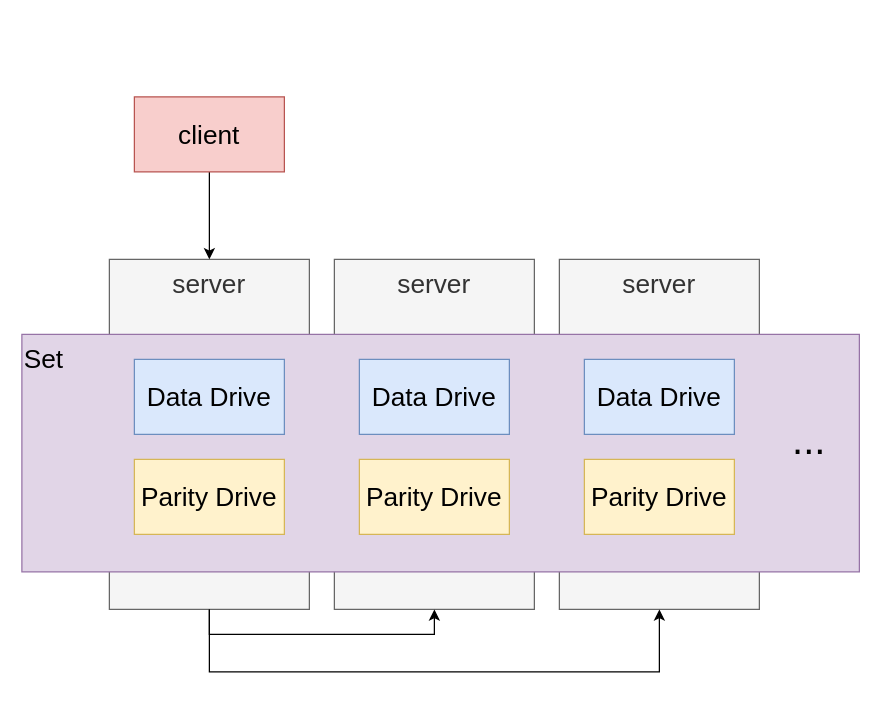
NeXT726/drawIO keeps this draw.io diagram as Minio.drawio. Above is the earlier version. Source tidied: cells renumbered, new cells numbered last; positions are measured from the earlier drawing's top-left corner, leaving out a move shared by most shapes. Both pictures are drawn from the tidied source at 125%, with x=0, y=0 at pixel (21, 96).
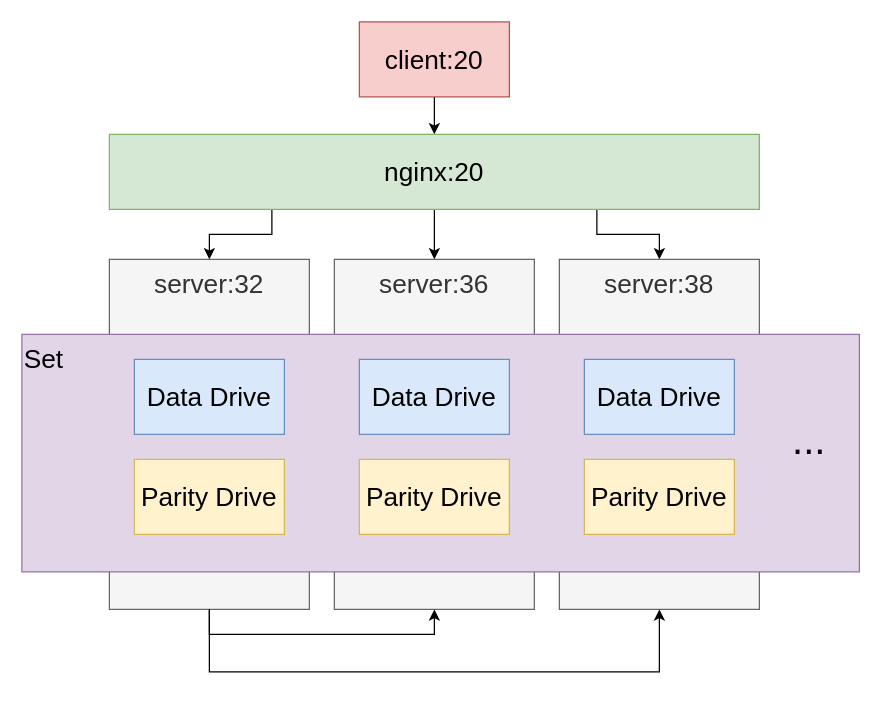
Above is the later version.

The edit, as a diff of the source:
```diff
@@
-    <mxCell id="2" value="server" style="rounded=0;whiteSpace=wrap;html=1;align=center;verticalAlign=top;fontSize=21;fillColor=#f5f5f5;fontColor=#333333;strokeColor=#666666;" parent="1" vertex="1">
+    <mxCell id="2" value="server:32" style="rounded=0;whiteSpace=wrap;html=1;align=center;verticalAlign=top;fontSize=21;fillColor=#f5f5f5;fontColor=#333333;strokeColor=#666666;" parent="1" vertex="1">
       <mxGeometry x="70" y="130" width="160" height="280" as="geometry" />
     </mxCell>
-    <mxCell id="3" value="server" style="rounded=0;whiteSpace=wrap;html=1;align=center;verticalAlign=top;fontSize=21;fillColor=#f5f5f5;fontColor=#333333;strokeColor=#666666;" parent="1" vertex="1">
+    <mxCell id="3" value="server:36" style="rounded=0;whiteSpace=wrap;html=1;align=center;verticalAlign=top;fontSize=21;fillColor=#f5f5f5;fontColor=#333333;strokeColor=#666666;" parent="1" vertex="1">
       <mxGeometry x="250" y="130" width="160" height="280" as="geometry" />
     </mxCell>
-    <mxCell id="4" value="server" style="rounded=0;whiteSpace=wrap;html=1;align=center;verticalAlign=top;fontSize=21;fillColor=#f5f5f5;fontColor=#333333;strokeColor=#666666;" parent="1" vertex="1">
+    <mxCell id="4" value="server:38" style="rounded=0;whiteSpace=wrap;html=1;align=center;verticalAlign=top;fontSize=21;fillColor=#f5f5f5;fontColor=#333333;strokeColor=#666666;" parent="1" vertex="1">
       <mxGeometry x="430" y="130" width="160" height="280" as="geometry" />
     </mxCell>
@@
-    <mxCell id="15" style="edgeStyle=orthogonalEdgeStyle;rounded=0;jettySize=auto;html=1;exitX=0.5;exitY=1;exitDx=0;exitDy=0;entryX=0.5;entryY=0;entryDx=0;entryDy=0;fontSize=21;" parent="1" edge="1" source="16" target="2">
+    <mxCell id="15" style="edgeStyle=orthogonalEdgeStyle;rounded=0;jettySize=auto;html=1;exitX=0.5;exitY=1;exitDx=0;exitDy=0;entryX=0.5;entryY=0;entryDx=0;entryDy=0;fontSize=21;" parent="1" edge="1" source="16" target="20">
       <mxGeometry relative="1" as="geometry" />
     </mxCell>
-    <mxCell id="16" value="&lt;font style=&quot;font-size: 21px;&quot;&gt;client&lt;/font&gt;" style="rounded=0;whiteSpace=wrap;html=1;fontSize=21;verticalAlign=middle;fillColor=#f8cecc;strokeColor=#b85450;" parent="1" vertex="1">
-      <mxGeometry x="90" width="120" height="60" as="geometry" />
+    <mxCell id="16" value="&lt;font style=&quot;font-size: 21px&quot;&gt;client:20&lt;/font&gt;" style="rounded=0;whiteSpace=wrap;html=1;fontSize=21;verticalAlign=middle;fillColor=#f8cecc;strokeColor=#b85450;" parent="1" vertex="1">
+      <mxGeometry x="270" y="-60" width="120" height="60" as="geometry" />
     </mxCell>
+    <mxCell id="17" style="edgeStyle=orthogonalEdgeStyle;rounded=0;jettySize=auto;html=1;exitX=0.25;exitY=1;exitDx=0;exitDy=0;entryX=0.5;entryY=0;entryDx=0;entryDy=0;fontSize=32;" parent="1" edge="1" source="20" target="2">
+      <mxGeometry relative="1" as="geometry" />
+    </mxCell>
+    <mxCell id="18" style="edgeStyle=orthogonalEdgeStyle;rounded=0;jettySize=auto;html=1;exitX=0.5;exitY=1;exitDx=0;exitDy=0;entryX=0.5;entryY=0;entryDx=0;entryDy=0;fontSize=32;" parent="1" edge="1" source="20" target="3">
+      <mxGeometry relative="1" as="geometry" />
+    </mxCell>
+    <mxCell id="19" style="edgeStyle=orthogonalEdgeStyle;rounded=0;jettySize=auto;html=1;exitX=0.75;exitY=1;exitDx=0;exitDy=0;fontSize=32;" parent="1" edge="1" source="20" target="4">
+      <mxGeometry relative="1" as="geometry" />
+    </mxCell>
+    <mxCell id="20" value="&lt;font style=&quot;font-size: 21px&quot;&gt;nginx:20&lt;br&gt;&lt;/font&gt;" style="rounded=0;whiteSpace=wrap;html=1;fontSize=21;verticalAlign=middle;fillColor=#d5e8d4;strokeColor=#82b366;" parent="1" vertex="1">
+      <mxGeometry x="70" y="30" width="520" height="60" as="geometry" />
+    </mxCell>
```
